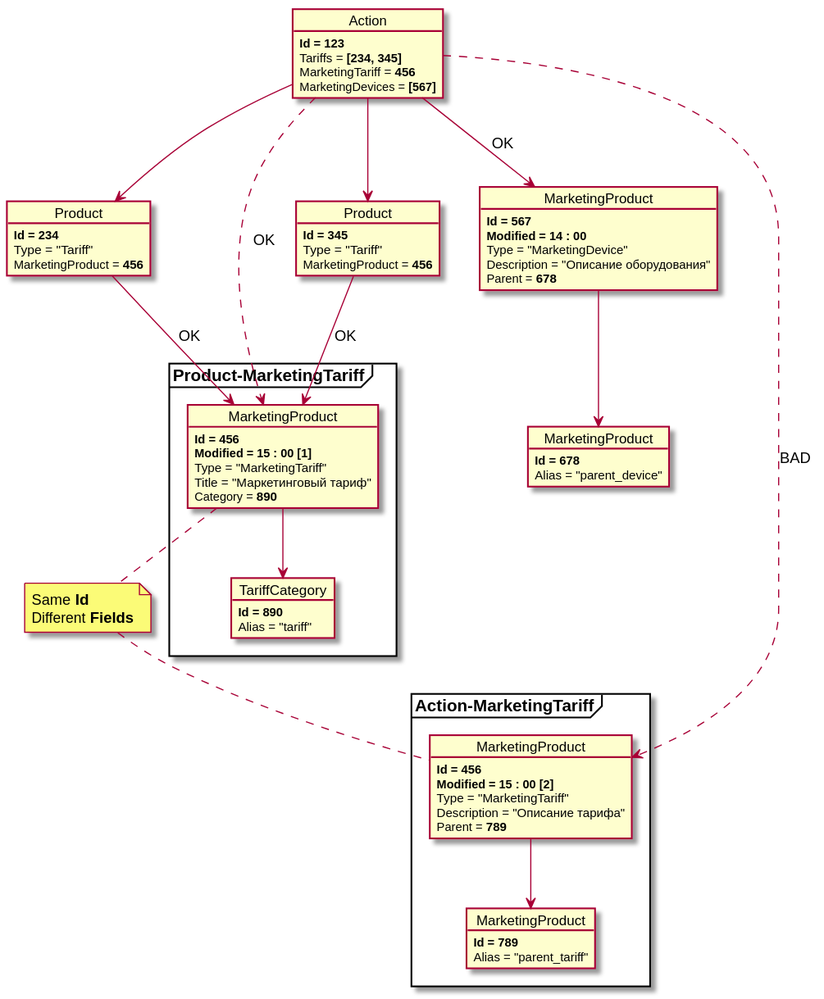
This is QA.ProductCatalog.Admin.WebApp/Docs/ProductEditor/AllowedRelations.svg from QuantumArt/QA.DPC, a PlantUML export, as it was before one commit. The source it was exported from:
```plantuml
@startuml AllowedRelations

object Action {
  <b>Id = 123
  Tariffs = <b>[234, 345]
  MarketingTariff = <b>456
  MarketingDevices = <b>[567]
}

object "Product" as Tariff1 {
  <b>Id = 234
  Type = "Tariff"
  MarketingProduct = <b>456
}

object "Product" as Tariff2 {
  <b>Id = 345
  Type = "Tariff"
  MarketingProduct = <b>456
}

package "Product-MarketingTariff" <<Frame>> {
  object "MarketingProduct" as MarketingTariff {
    <b>Id = 456
    <b>Modified = 15 : 00 [1]
    Type = "MarketingTariff"
    Title = "Маркетинговый тариф"
    Category = <b>890
  }

  object TariffCategory {
    <b>Id = 890
    Alias = "tariff"
  }
}



package "Action-MarketingTariff" <<Frame>> {
  object "MarketingProduct" as MarketingTariff1 {
    <b>Id = 456
    <b>Modified = 15 : 00 [2]
    Type = "MarketingTariff"
    Description = "Описание тарифа"
    Parent = <b>789
  }

  object "MarketingProduct" as MarketingTariffParent {
    <b>Id = 789
    Alias = "parent_tariff"
  }
}

object "MarketingProduct" as MarketingDevice {
  <b>Id = 567
  <b>Modified = 14 : 00
  Type = "MarketingDevice"
  Description = "Описание оборудования"
  Parent = <b>678
}

object "MarketingProduct" as MarketingDeviceParent {
  <b>Id = 678
  Alias = "parent_device"
}

Action --> Tariff1
Action --> Tariff2
Action ..> MarketingTariff : OK
Action ..> MarketingTariff1 : BAD
Tariff1 --> MarketingTariff : OK
Tariff2 --> MarketingTariff : OK
Action --> MarketingDevice : OK
MarketingTariff --> TariffCategory
MarketingDevice --> MarketingDeviceParent
MarketingTariff1 --> MarketingTariffParent

note "Same <b>Id</b>\nDifferent <b>Fields</b>" as Note
MarketingTariff .. Note
Note .. MarketingTariff1

@enduml
```
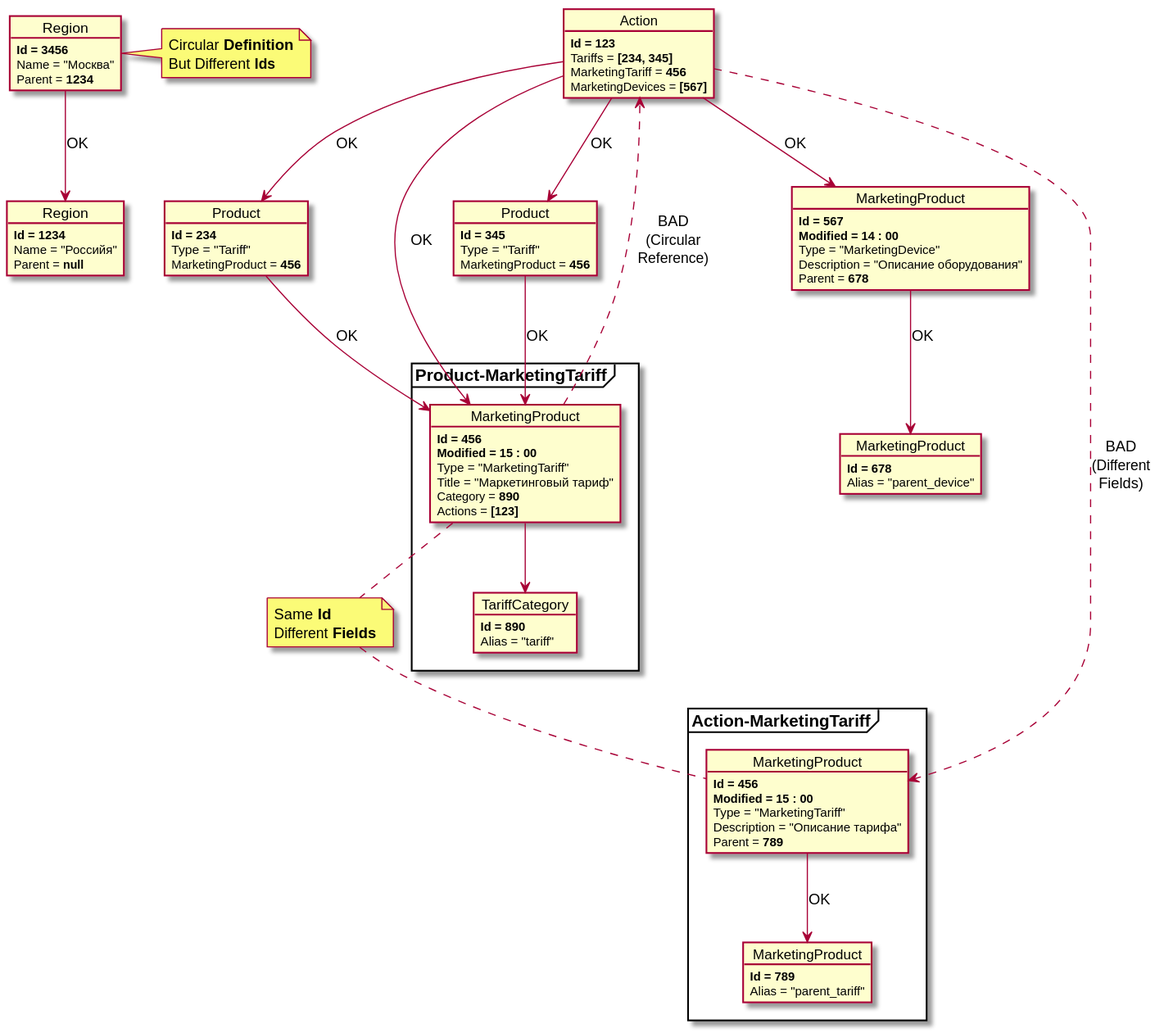
After the commit.

What changed in the source:
```diff
@@ -22,10 +22,11 @@
 package "Product-MarketingTariff" <<Frame>> {
   object "MarketingProduct" as MarketingTariff {
     <b>Id = 456
-    <b>Modified = 15 : 00 [1]
+    <b>Modified = 15 : 00
     Type = "MarketingTariff"
     Title = "Маркетинговый тариф"
     Category = <b>890
+    Actions = <b>[123]
   }
 
   object TariffCategory {
@@ -39,7 +40,7 @@
 package "Action-MarketingTariff" <<Frame>> {
   object "MarketingProduct" as MarketingTariff1 {
     <b>Id = 456
-    <b>Modified = 15 : 00 [2]
+    <b>Modified = 15 : 00
     Type = "MarketingTariff"
     Description = "Описание тарифа"
     Parent = <b>789
@@ -64,19 +65,40 @@
   Alias = "parent_device"
 }
 
-Action --> Tariff1
-Action --> Tariff2
-Action ..> MarketingTariff : OK
-Action ..> MarketingTariff1 : BAD
+
+
+Action --> Tariff1 : OK
+Action --> Tariff2 : OK
+Action --> MarketingTariff : OK
+Action ..> MarketingTariff1 : BAD\n(Different\nFields)
 Tariff1 --> MarketingTariff : OK
 Tariff2 --> MarketingTariff : OK
 Action --> MarketingDevice : OK
 MarketingTariff --> TariffCategory
-MarketingDevice --> MarketingDeviceParent
-MarketingTariff1 --> MarketingTariffParent
+MarketingTariff ..> Action: BAD\n(Circular\nReference)
+MarketingDevice --> MarketingDeviceParent : OK
+MarketingTariff1 --> MarketingTariffParent : OK
 
 note "Same <b>Id</b>\nDifferent <b>Fields</b>" as Note
 MarketingTariff .. Note
 Note .. MarketingTariff1
 
+object "Region" as ParentRegion {
+  <b>Id = 1234
+  Name = "Российя"
+  Parent = <b>null
+}
+
+object "Region" as ChildRegion {
+  <b>Id = 3456
+  Name = "Москва"
+  Parent = <b>1234
+}
+
+ChildRegion --> ParentRegion : OK
+note right of ChildRegion
+  Circular <b>Definition
+  But Different <b>Ids
+endnote
+
 @enduml
```
